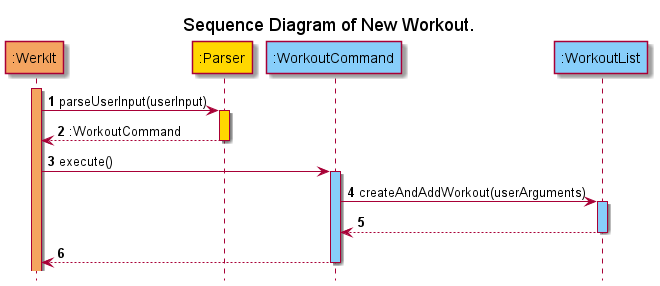
The PlantUML diagram docs/uml/sequenceDiagrams/miscellaneous/images/logicComponentSD.png in nus-cs2113-AY2122S2/tp, before a commit. Source of this version:
```plantuml
@startuml
!include ../../Style.puml
hide footbox
autonumber

title Sequence Diagram of New Workout.

participant ":WerkIt" AS WerkIt #Sandybrown
participant ":Parser" AS Parser #Gold
participant ":WorkoutCommand" AS WorkoutCommand #LightSkyBlue
participant ":WorkoutList" AS WorkoutList #LightSkyBlue

activate WerkIt #Sandybrown
WerkIt -> Parser : parseUserInput(userInput)
activate Parser #Gold
WerkIt <-- Parser : :WorkoutCommand
deactivate Parser

WerkIt -> WorkoutCommand : execute()
activate WorkoutCommand #LightSkyBlue
WorkoutCommand -> WorkoutList : createAndAddWorkout(userArguments)
activate WorkoutList #LightSkyBlue
WorkoutCommand <-- WorkoutList
deactivate WorkoutList
WerkIt <-- WorkoutCommand
deactivate WorkoutCommand

@enduml
```
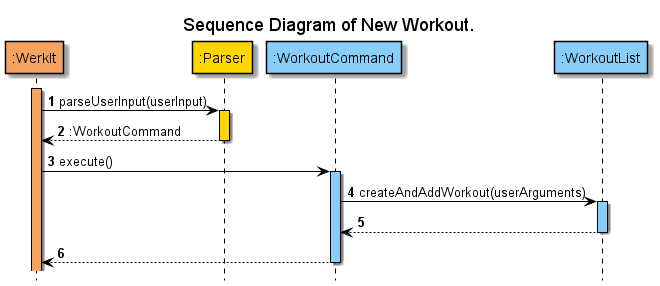
The same diagram one commit later.

Commit message:
Upload colour diagram

Diff of the diagram source:
```diff
@@ -5,21 +5,21 @@
 
 title Sequence Diagram of New Workout.
 
-participant ":WerkIt" AS WerkIt #Sandybrown
-participant ":Parser" AS Parser #Gold
-participant ":WorkoutCommand" AS WorkoutCommand #LightSkyBlue
-participant ":WorkoutList" AS WorkoutList #LightSkyBlue
+participant ":WerkIt" AS WerkIt COLOR_WERKIT
+participant ":Parser" AS Parser COLOR_PARSER
+participant ":WorkoutCommand" AS WorkoutCommand COLOR_LOGIC
+participant ":WorkoutList" AS WorkoutList COLOR_LOGIC
 
-activate WerkIt #Sandybrown
+activate WerkIt COLOR_WERKIT
 WerkIt -> Parser : parseUserInput(userInput)
-activate Parser #Gold
+activate Parser COLOR_PARSER
 WerkIt <-- Parser : :WorkoutCommand
 deactivate Parser
 
 WerkIt -> WorkoutCommand : execute()
-activate WorkoutCommand #LightSkyBlue
+activate WorkoutCommand COLOR_LOGIC
 WorkoutCommand -> WorkoutList : createAndAddWorkout(userArguments)
-activate WorkoutList #LightSkyBlue
+activate WorkoutList COLOR_LOGIC
 WorkoutCommand <-- WorkoutList
 deactivate WorkoutList
 WerkIt <-- WorkoutCommand
```
